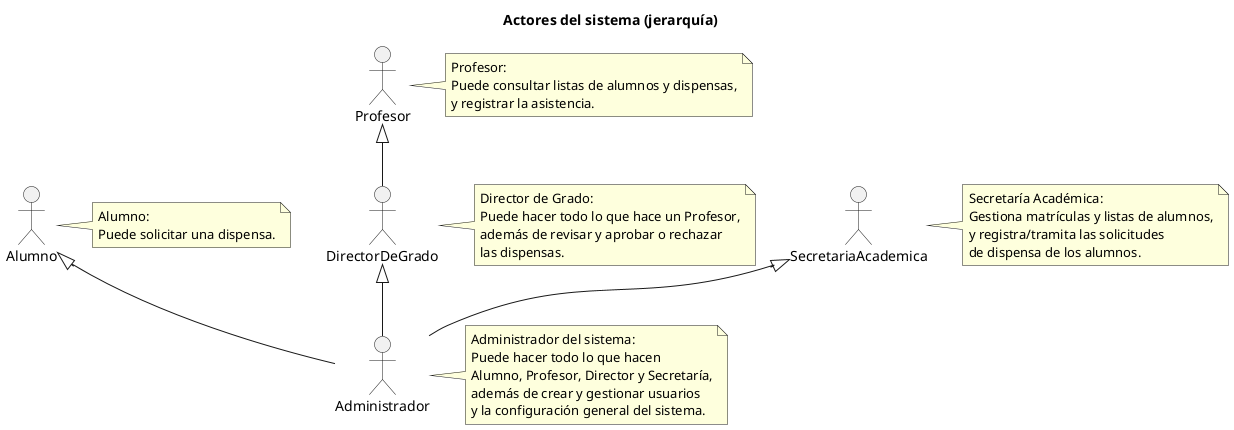
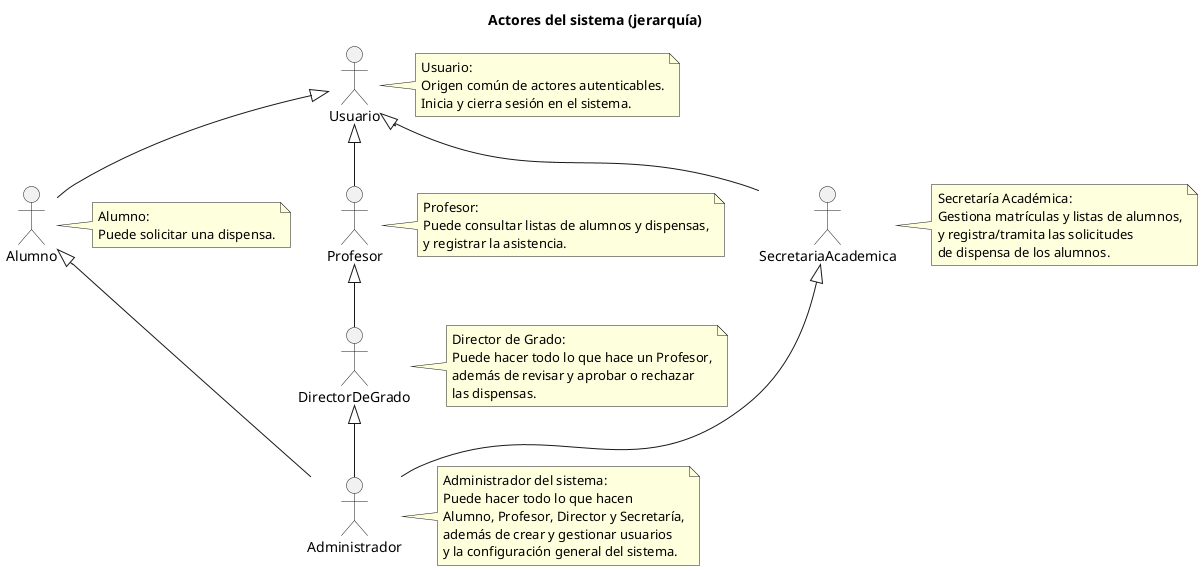
@startuml Actores
title Actores del sistema (jerarquía)

top to bottom direction

+ actor Usuario
actor Alumno
actor Profesor
actor DirectorDeGrado as Director
actor SecretariaAcademica as Secretaria
actor Administrador as Admin

+ ' Origen común para autenticación
+ Usuario <|-- Alumno
+ Usuario <|-- Profesor
+ Usuario <|-- Secretaria
+ 
' Jerarquía de capacidades
Profesor  <|-- Director
Director  <|-- Admin
Secretaria <|-- Admin
Alumno    <|-- Admin
+ 
+ note right of Usuario
+   Usuario:
+   Origen común de actores autenticables.
+   Inicia y cierra sesión en el sistema.
+ end note

note right of Alumno
  Alumno:
  Puede solicitar una dispensa.
end note

note right of Profesor
  Profesor:
  Puede consultar listas de alumnos y dispensas,
  y registrar la asistencia.
end note

note right of Director
  Director de Grado:
  Puede hacer todo lo que hace un Profesor,
  además de revisar y aprobar o rechazar
  las dispensas.
end note

note right of Secretaria
  Secretaría Académica:
  Gestiona matrículas y listas de alumnos,
  y registra/tramita las solicitudes
  de dispensa de los alumnos.
end note

note right of Admin
  Administrador del sistema:
  Puede hacer todo lo que hacen
  Alumno, Profesor, Director y Secretaría,
  además de crear y gestionar usuarios
  y la configuración general del sistema.
end note
- @enduml+ @enduml
